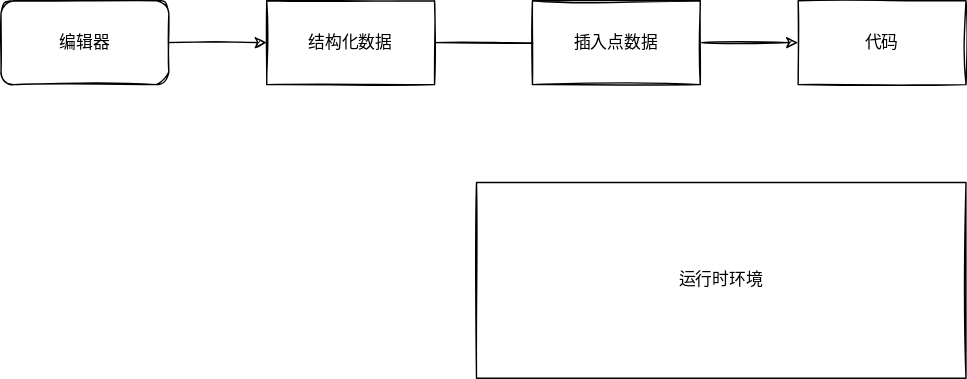
mnzhouguo/zgdoc_management2 keeps this draw.io diagram as docs/06_architecture/drawio/LowCode.svg. Above is the earlier version. Source tidied: cells renumbered, new cells last; positions are measured from the earlier drawing's top-left corner, leaving out a move shared by most shapes. Its diagram source:
```xml
<mxGraphModel>
  <root>
    <mxCell id="0" />
    <mxCell id="1" parent="0" />
    <mxCell id="2" style="edgeStyle=orthogonalEdgeStyle;rounded=0;jettySize=auto;html=1;exitX=1;exitY=0.5;exitDx=0;exitDy=0;sketch=1;" parent="1" edge="1" source="3">
      <mxGeometry relative="1" as="geometry">
        <mxPoint x="430" y="30" as="targetPoint" />
      </mxGeometry>
    </mxCell>
    <mxCell id="3" value="结构化数据" style="rounded=0;whiteSpace=wrap;html=1;sketch=1;" parent="1" vertex="1">
      <mxGeometry x="190" width="120" height="60" as="geometry" />
    </mxCell>
    <mxCell id="4" style="edgeStyle=orthogonalEdgeStyle;rounded=0;sketch=1;jettySize=auto;html=1;" parent="1" edge="1" source="5" target="8">
      <mxGeometry relative="1" as="geometry" />
    </mxCell>
    <mxCell id="5" value="插入点数据" style="rounded=0;whiteSpace=wrap;html=1;sketch=1;" parent="1" vertex="1">
      <mxGeometry x="380" width="120" height="60" as="geometry" />
    </mxCell>
    <mxCell id="6" style="edgeStyle=orthogonalEdgeStyle;rounded=0;sketch=1;jettySize=auto;html=1;exitX=1;exitY=0.5;exitDx=0;exitDy=0;" parent="1" edge="1" source="7" target="3">
      <mxGeometry relative="1" as="geometry" />
    </mxCell>
    <mxCell id="7" value="编辑器" style="rounded=1;whiteSpace=wrap;html=1;sketch=1;" parent="1" vertex="1">
      <mxGeometry width="120" height="60" as="geometry" />
    </mxCell>
    <mxCell id="8" value="代码" style="whiteSpace=wrap;html=1;rounded=0;sketch=1;" parent="1" vertex="1">
      <mxGeometry x="570" width="120" height="60" as="geometry" />
    </mxCell>
    <mxCell id="9" value="运行时环境" style="rounded=0;whiteSpace=wrap;html=1;sketch=1;" parent="1" vertex="1">
      <mxGeometry x="340" y="130" width="350" height="140" as="geometry" />
    </mxCell>
  </root>
</mxGraphModel>
```
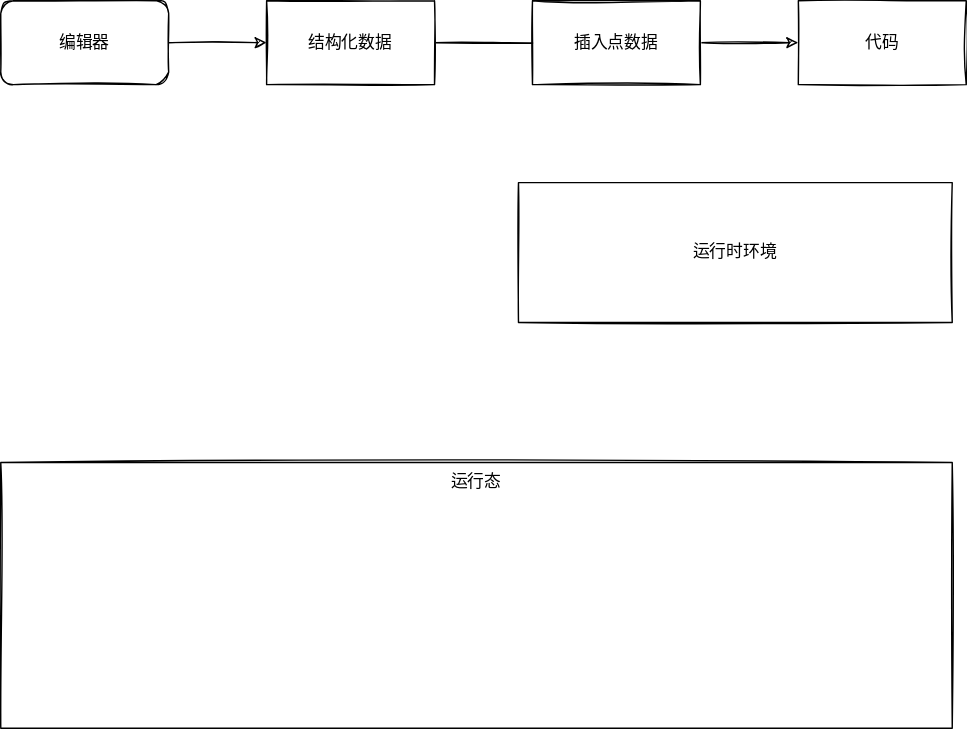
After the change.

Commit message:
提交代码代码修改

The edit, as a diff of the source:
```diff
@@ -26,7 +26,10 @@
       <mxGeometry x="570" width="120" height="60" as="geometry" />
     </mxCell>
     <mxCell id="9" value="运行时环境" style="rounded=0;whiteSpace=wrap;html=1;sketch=1;" parent="1" vertex="1">
-      <mxGeometry x="340" y="130" width="350" height="140" as="geometry" />
+      <mxGeometry x="370" y="130" width="310" height="100" as="geometry" />
     </mxCell>
+    <mxCell id="10" value="运行态" style="rounded=0;whiteSpace=wrap;html=1;sketch=1;verticalAlign=top;" parent="1" vertex="1">
+      <mxGeometry y="330" width="680" height="190" as="geometry" />
+    </mxCell>
   </root>
 </mxGraphModel>
```
